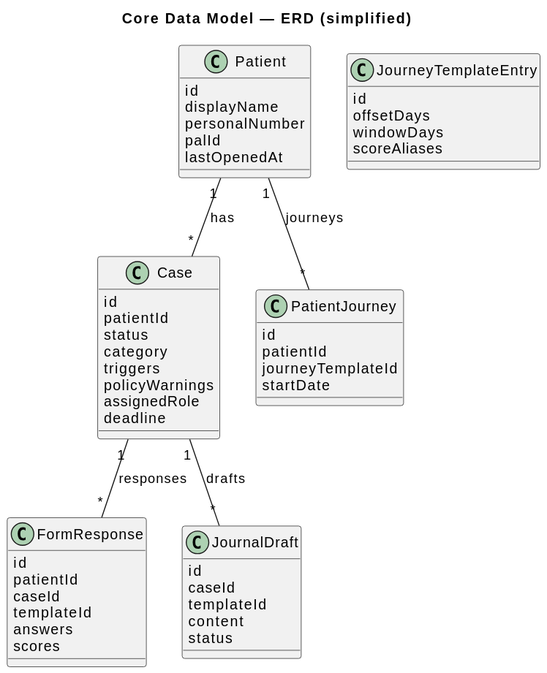
gforge/DUK keeps this PlantUML diagram as docs/diagrams/core-data-model.svg. Above is the earlier version.
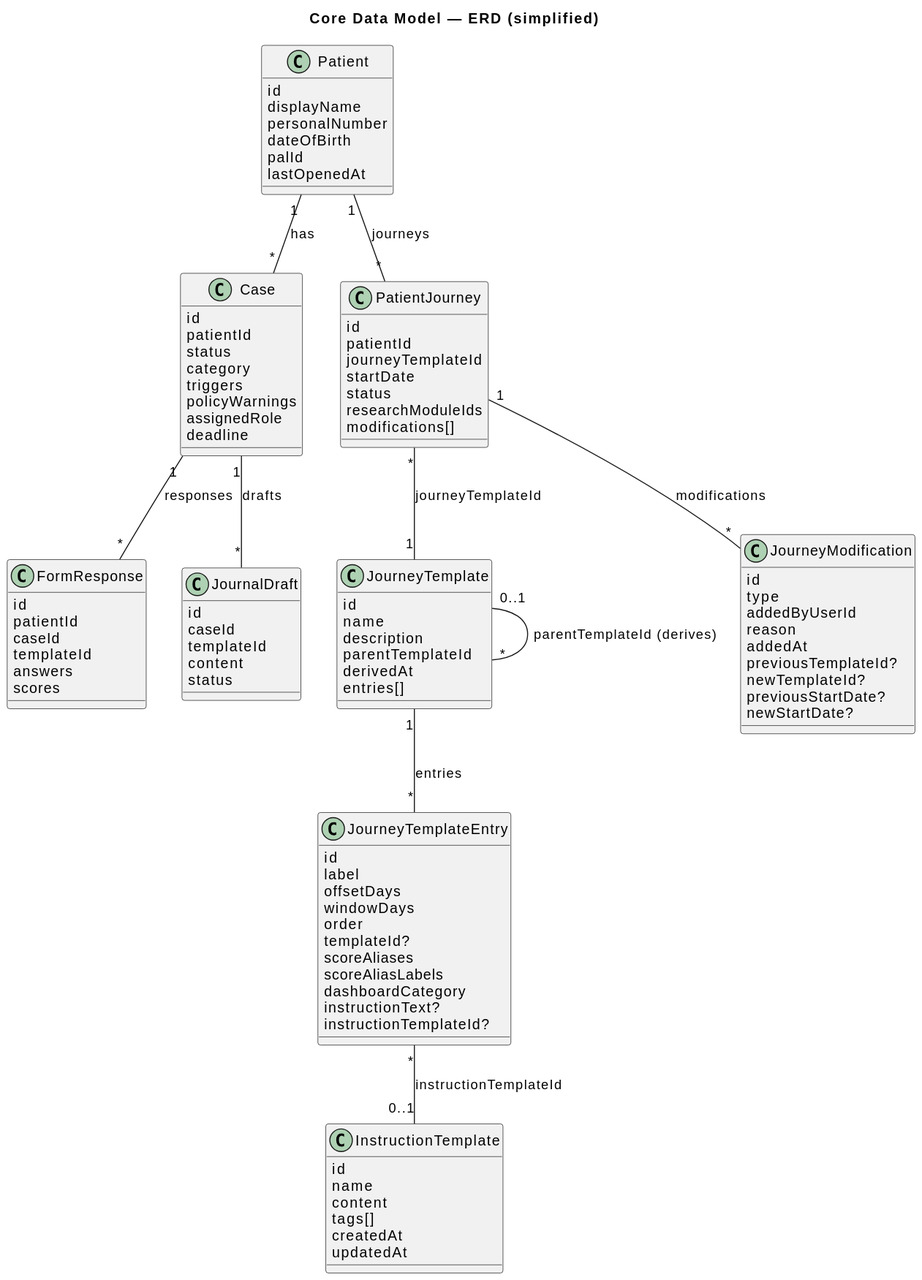
The same file after the commit.

Diff of the diagram source:
```diff
@@ -5,6 +5,7 @@
   id
   displayName
   personalNumber
+  dateOfBirth
   palId
   lastOpenedAt
 }
@@ -25,13 +26,53 @@
   patientId
   journeyTemplateId
   startDate
+  status
+  researchModuleIds
+  modifications[]
+}
+
+class JourneyTemplate {
+  id
+  name
+  description
+  parentTemplateId
+  derivedAt
+  entries[]
 }
 
 class JourneyTemplateEntry {
   id
+  label
   offsetDays
   windowDays
+  order
+  templateId?
   scoreAliases
+  scoreAliasLabels
+  dashboardCategory
+  instructionText?
+  instructionTemplateId?
+}
+
+class InstructionTemplate {
+  id
+  name
+  content
+  tags[]
+  createdAt
+  updatedAt
+}
+
+class JourneyModification {
+  id
+  type
+  addedByUserId
+  reason
+  addedAt
+  previousTemplateId?
+  newTemplateId?
+  previousStartDate?
+  newStartDate?
 }
 
 class FormResponse {
@@ -55,4 +96,9 @@
 Patient "1" -- "*" PatientJourney : journeys
 Case "1" -- "*" FormResponse : responses
 Case "1" -- "*" JournalDraft : drafts
+JourneyTemplate "1" -- "*" JourneyTemplateEntry : entries
+JourneyTemplate "0..1" -- "*" JourneyTemplate : parentTemplateId (derives)
+PatientJourney "*" -- "1" JourneyTemplate : journeyTemplateId
+PatientJourney "1" -- "*" JourneyModification : modifications
+JourneyTemplateEntry "*" -- "0..1" InstructionTemplate : instructionTemplateId
 @enduml
```
